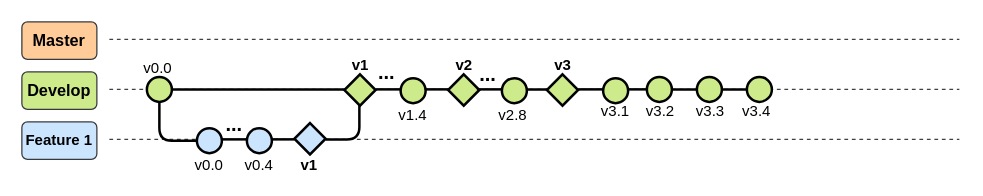
Before: page "Develop" (2 of 3) of 03_ImagenesRepo/01_GitFlow.drawio in LEOSZ8/Tesis_Msc_LSZ, a draw.io diagram. Source tidied: cells renumbered, new cells numbered last; positions are measured from the earlier drawing's top-left corner, leaving out a move shared by most shapes. Both pictures are drawn from the tidied source at 125%, with x=0, y=0 at pixel (21, 21).
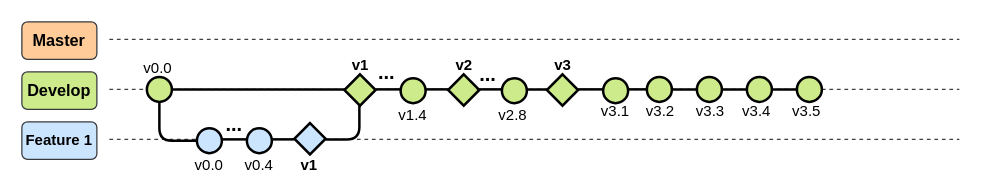
The same page after the edit.

The change refers to these unchanged cells:
```xml
<mxCell id="48" style="ellipse;whiteSpace=wrap;html=1;fillColor=#CDEB8B;strokeColor=#000000;strokeWidth=2;" parent="1" vertex="1">
  <mxGeometry x="580" y="44" width="20" height="20" as="geometry" />
</mxCell>
```

Diff of the diagram source:
```diff
@@
+    <mxCell id="50" style="edgeStyle=orthogonalEdgeStyle;rounded=0;jettySize=auto;html=1;endArrow=none;endFill=0;strokeWidth=2;" parent="1" edge="1" source="48" target="51">
+      <mxGeometry relative="1" as="geometry" />
+    </mxCell>
@@
+    <mxCell id="51" style="ellipse;whiteSpace=wrap;html=1;fillColor=#CDEB8B;strokeColor=#000000;strokeWidth=2;" parent="1" vertex="1">
+      <mxGeometry x="620" y="44" width="20" height="20" as="geometry" />
+    </mxCell>
+    <mxCell id="52" value="v3.5" style="text;html=1;align=center;verticalAlign=middle;whiteSpace=wrap;rounded=0;" parent="1" vertex="1">
+      <mxGeometry x="613" y="67" width="30" height="10" as="geometry" />
+    </mxCell>
```
